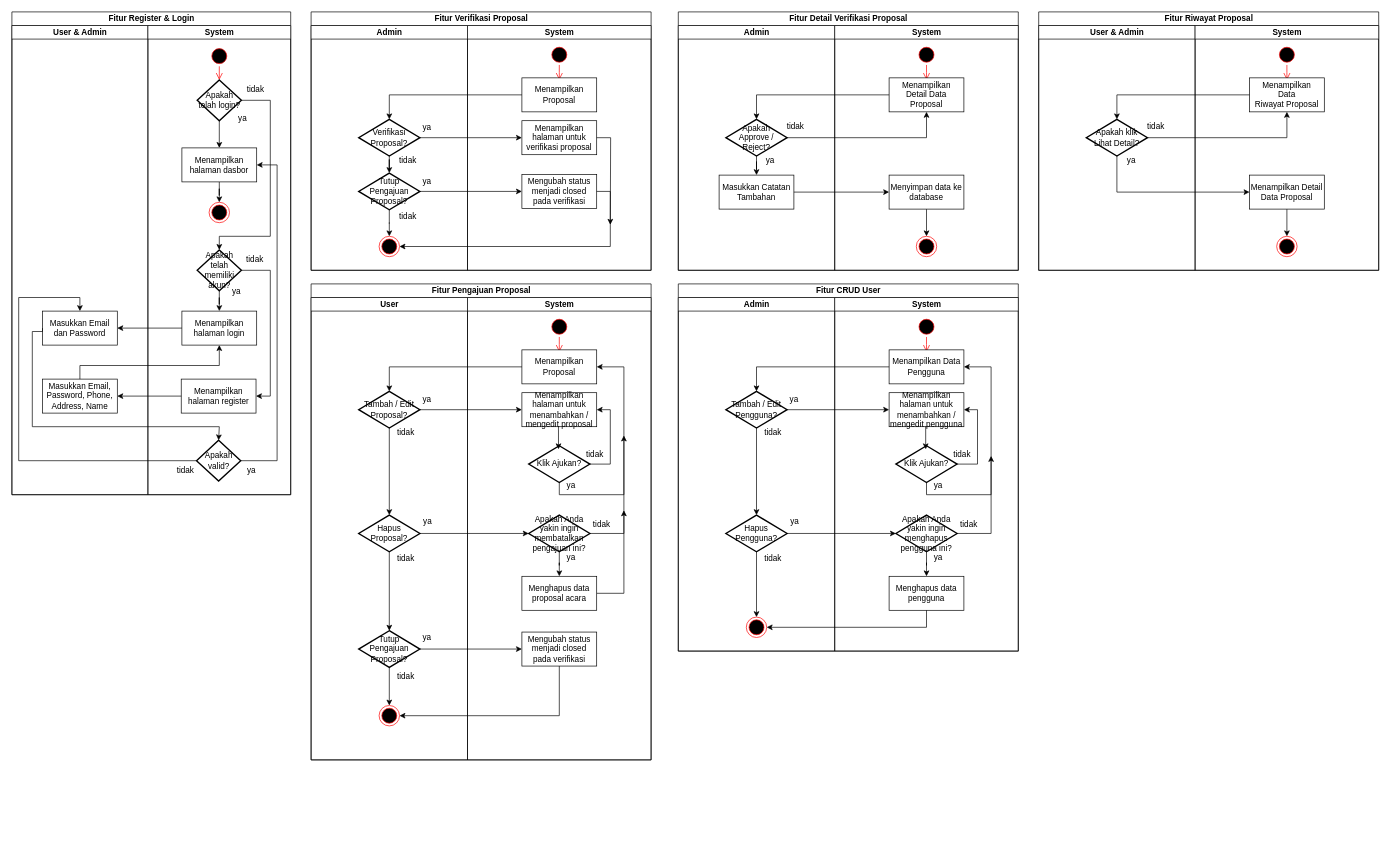
dapzz-id/DrawIO keeps this draw.io diagram as page "Activity Diagram" (6 of 6) of Uji Level 11_ Kadavi Raditya Alvino.drawio. Above is the earlier version. Source tidied: cells renumbered, new cells numbered last; positions are measured from the earlier drawing's top-left corner, leaving out a move shared by most shapes. Both pictures are drawn from the tidied source at 68%, with x=0, y=0 at pixel (12, 12).
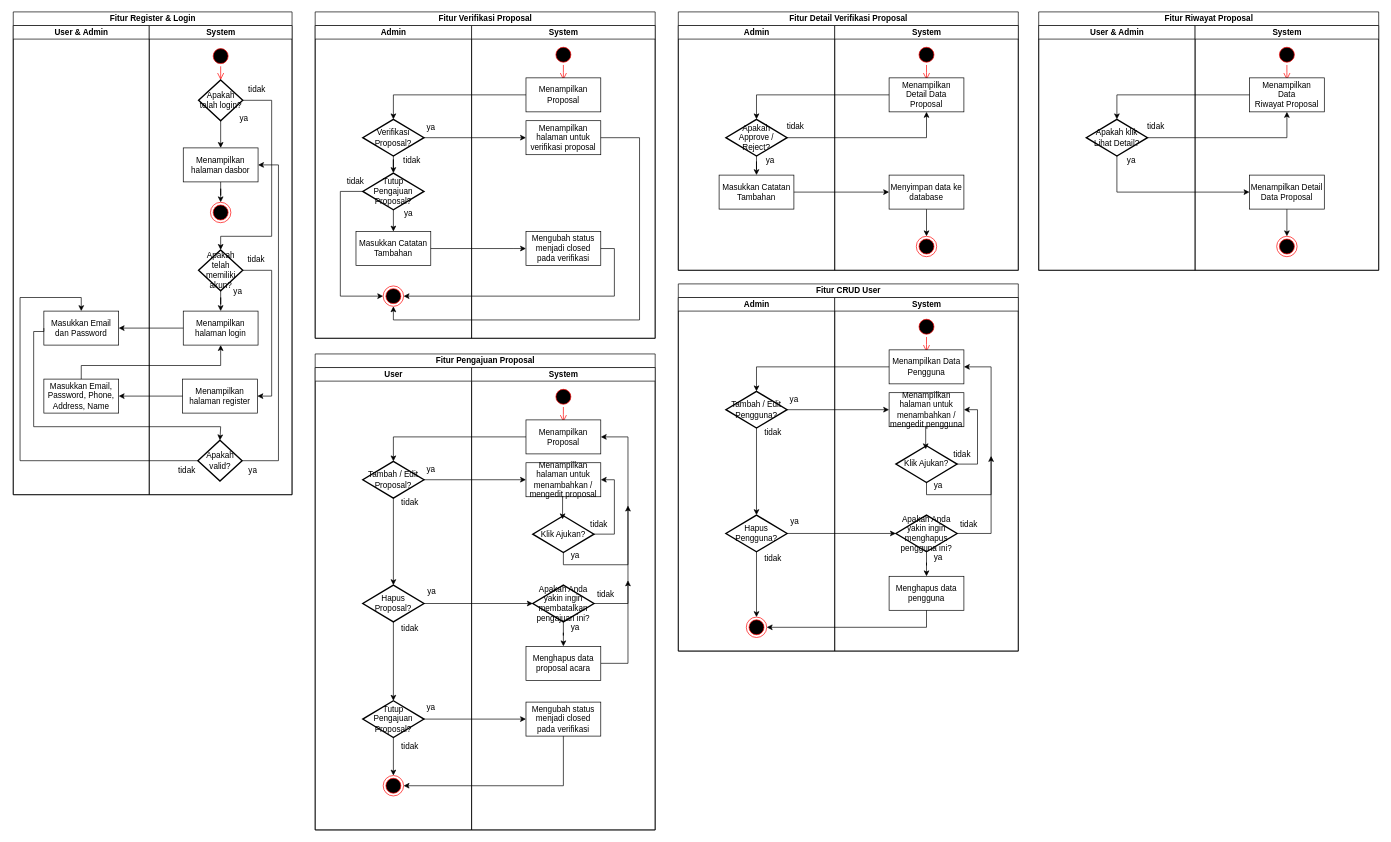
After the change.

Unchanged cells that the change refers to:
```xml
<mxCell id="40" value="Tutup Pengajuan&lt;div&gt;Proposal?&lt;/div&gt;" style="strokeWidth=2;html=1;shape=mxgraph.flowchart.decision;whiteSpace=wrap;" parent="34" vertex="1">
  <mxGeometry x="70" y="217" width="90" height="54" as="geometry" />
</mxCell>
<mxCell id="48" value="Menampilkan halaman untuk verifikasi proposal" style="html=1;whiteSpace=wrap;" parent="44" vertex="1">
  <mxGeometry x="80" y="140" width="110" height="50" as="geometry" />
</mxCell>
```

Diff of the diagram source:
```diff
@@
     <mxCell id="2" value="Fitur Register &amp;amp; Login" style="swimlane;startSize=20;html=1;" parent="1" vertex="1">
-      <mxGeometry width="410" height="710" as="geometry" />
+      <mxGeometry x="2" width="410" height="710" as="geometry" />
     </mxCell>
@@
     <mxCell id="33" value="Fitur Verifikasi Proposal" style="swimlane;startSize=20;html=1;" parent="1" vertex="1">
-      <mxGeometry x="440" width="500" height="380" as="geometry" />
+      <mxGeometry x="446" width="500" height="480" as="geometry" />
     </mxCell>
     <mxCell id="34" value="Admin" style="swimlane;startSize=20;html=1;" parent="33" vertex="1">
-      <mxGeometry y="20" width="230" height="360" as="geometry" />
+      <mxGeometry y="20" width="230" height="460" as="geometry" />
     </mxCell>
@@
-    <mxCell id="38" style="ellipse;html=1;shape=endState;fillColor=#000000;strokeColor=#ff0000;" parent="34" vertex="1">
-      <mxGeometry x="100" y="310" width="30" height="30" as="geometry" />
-    </mxCell>
-    <mxCell id="39" style="edgeStyle=orthogonalEdgeStyle;rounded=0;jettySize=auto;html=1;" parent="34" edge="1" source="40" target="38">
-      <mxGeometry relative="1" as="geometry" />
-    </mxCell>
+    <mxCell id="158" style="edgeStyle=orthogonalEdgeStyle;rounded=0;jettySize=auto;html=1;exitX=0;exitY=0.5;exitDx=0;exitDy=0;exitPerimeter=0;entryX=0;entryY=0.5;entryDx=0;entryDy=0;" parent="34" edge="1" source="40" target="159">
+      <mxGeometry relative="1" as="geometry">
+        <Array as="points">
+          <mxPoint x="37" y="244" />
+          <mxPoint x="37" y="398" />
+        </Array>
+      </mxGeometry>
+    </mxCell>
@@
     <mxCell id="42" value="tidak" style="text;html=1;align=center;verticalAlign=middle;strokeColor=none;fillColor=none;" parent="34" vertex="1">
-      <mxGeometry x="117" y="266" width="50" height="30" as="geometry" />
+      <mxGeometry x="34" y="214" width="50" height="30" as="geometry" />
     </mxCell>
     <mxCell id="43" value="ya" style="text;html=1;align=center;verticalAlign=middle;strokeColor=none;fillColor=none;" parent="34" vertex="1">
-      <mxGeometry x="150" y="214" width="40" height="30" as="geometry" />
+      <mxGeometry x="117" y="262" width="40" height="30" as="geometry" />
     </mxCell>
+    <mxCell id="159" style="ellipse;html=1;shape=endState;fillColor=#000000;strokeColor=#ff0000;" parent="34" vertex="1">
+      <mxGeometry x="100" y="383" width="30" height="30" as="geometry" />
+    </mxCell>
+    <mxCell id="160" value="Masukkan Catatan&lt;div&gt;Tambahan&lt;/div&gt;" style="html=1;whiteSpace=wrap;" parent="34" vertex="1">
+      <mxGeometry x="60" y="303" width="110" height="50" as="geometry" />
+    </mxCell>
+    <mxCell id="52" style="edgeStyle=orthogonalEdgeStyle;rounded=0;jettySize=auto;html=1;exitX=0.5;exitY=1;exitDx=0;exitDy=0;exitPerimeter=0;entryX=0.5;entryY=0;entryDx=0;entryDy=0;" parent="34" edge="1" source="40" target="160">
+      <mxGeometry relative="1" as="geometry" />
+    </mxCell>
     <mxCell id="44" value="System" style="swimlane;startSize=20;html=1;" parent="33" vertex="1">
-      <mxGeometry x="230" y="20" width="270" height="360" as="geometry" />
+      <mxGeometry x="230" y="20" width="270" height="460" as="geometry" />
     </mxCell>
@@
     <mxCell id="49" value="Mengubah status menjadi closed pada verifikasi" style="html=1;whiteSpace=wrap;" parent="44" vertex="1">
-      <mxGeometry x="80" y="219" width="110" height="50" as="geometry" />
+      <mxGeometry x="80" y="303" width="110" height="50" as="geometry" />
     </mxCell>
@@
-    <mxCell id="52" style="edgeStyle=orthogonalEdgeStyle;rounded=0;jettySize=auto;html=1;exitX=1;exitY=0.5;exitDx=0;exitDy=0;exitPerimeter=0;entryX=0;entryY=0.5;entryDx=0;entryDy=0;" parent="33" edge="1" source="40" target="49">
-      <mxGeometry relative="1" as="geometry" />
-    </mxCell>
-    <mxCell id="53" style="edgeStyle=orthogonalEdgeStyle;rounded=0;jettySize=auto;html=1;exitX=1;exitY=0.5;exitDx=0;exitDy=0;entryX=1;entryY=0.5;entryDx=0;entryDy=0;" parent="33" edge="1" source="49" target="38">
-      <mxGeometry relative="1" as="geometry" />
-    </mxCell>
-    <mxCell id="54" style="edgeStyle=orthogonalEdgeStyle;rounded=0;jettySize=auto;html=1;exitX=1;exitY=0.5;exitDx=0;exitDy=0;" parent="33" edge="1" source="48">
+    <mxCell id="54" style="edgeStyle=orthogonalEdgeStyle;rounded=0;jettySize=auto;html=1;exitX=1;exitY=0.5;exitDx=0;exitDy=0;entryX=0.5;entryY=1;entryDx=0;entryDy=0;" parent="33" edge="1" source="48" target="159">
       <mxGeometry relative="1" as="geometry">
-        <mxPoint x="440" y="313" as="targetPoint" />
+        <Array as="points">
+          <mxPoint x="477" y="185" />
+          <mxPoint x="477" y="453" />
+          <mxPoint x="115" y="453" />
+        </Array>
       </mxGeometry>
     </mxCell>
+    <mxCell id="161" style="edgeStyle=orthogonalEdgeStyle;rounded=0;jettySize=auto;html=1;exitX=1;exitY=0.5;exitDx=0;exitDy=0;entryX=0;entryY=0.5;entryDx=0;entryDy=0;" parent="33" edge="1" source="160" target="49">
+      <mxGeometry relative="1" as="geometry">
+        <Array as="points">
+          <mxPoint x="291" y="348" />
+          <mxPoint x="291" y="348" />
+        </Array>
+      </mxGeometry>
+    </mxCell>
+    <mxCell id="162" style="edgeStyle=orthogonalEdgeStyle;rounded=0;jettySize=auto;html=1;exitX=1;exitY=0.5;exitDx=0;exitDy=0;entryX=1;entryY=0.5;entryDx=0;entryDy=0;" parent="33" edge="1" source="49" target="159">
+      <mxGeometry relative="1" as="geometry" />
+    </mxCell>
     <mxCell id="55" value="Fitur Pengajuan Proposal" style="swimlane;startSize=20;html=1;" parent="1" vertex="1">
-      <mxGeometry x="440" y="400" width="500" height="700" as="geometry" />
+      <mxGeometry x="446" y="503" width="500" height="700" as="geometry" />
     </mxCell>
```
